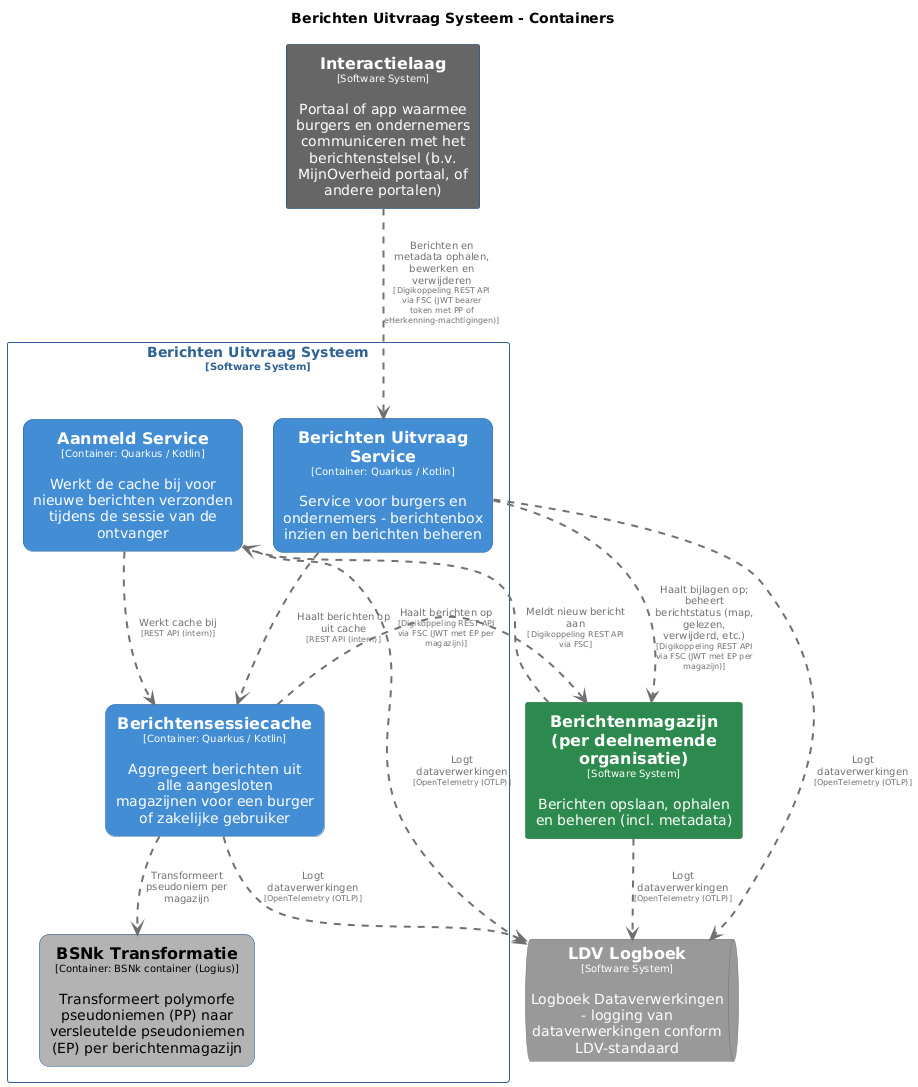
This is pr-preview/pr-22/master/png/BerichtenUitvraagSysteemContainers.png from MinBZK/moza-poc-fbs-berichtenbox, a PlantUML export, as it was before one commit.
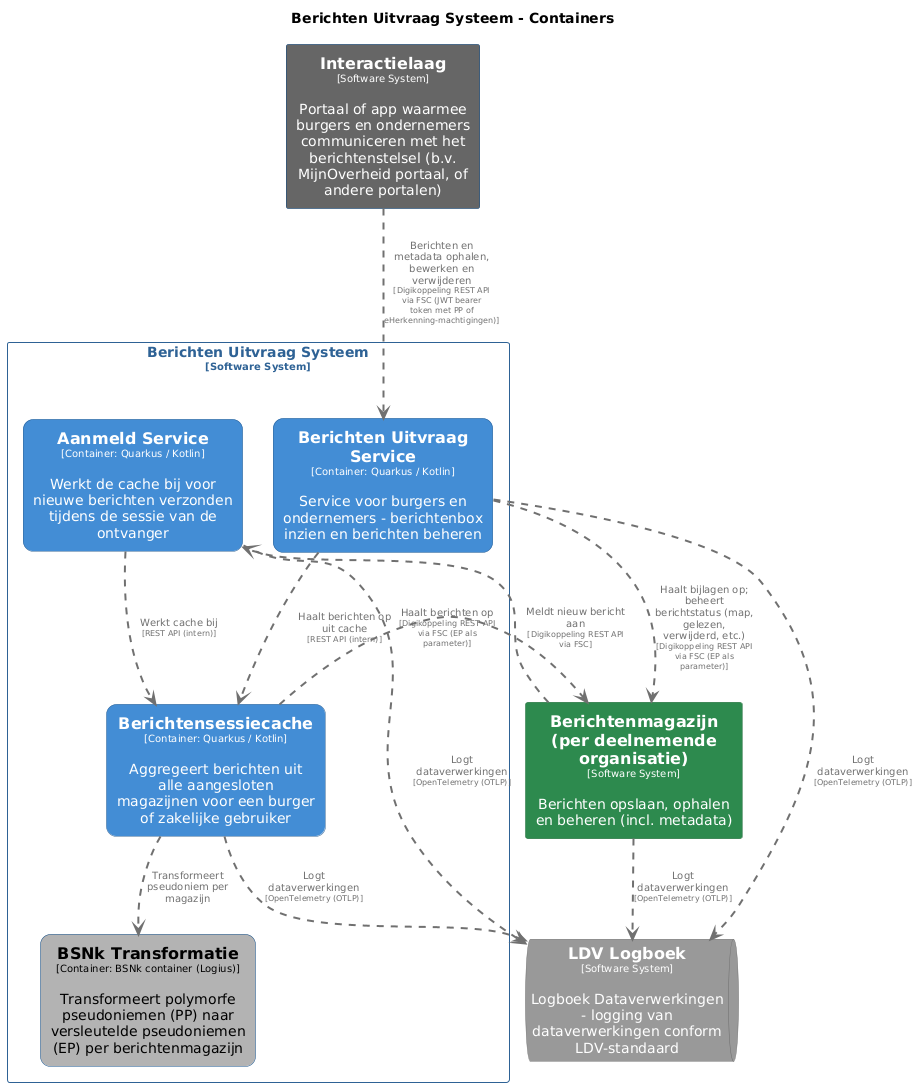
The same file after the commit.

The edit, as a diff of the source:
```diff
@@ -78,7 +78,7 @@
   rectangle "==Aanmeld Service\n<size:10>[Container: Quarkus / Kotlin]</size>\n\nWerkt de cache bij voor nieuwe berichten verzonden tijdens de sessie van de ontvanger" <<BerichtenUitvraagSysteem.AanmeldService>> as BerichtenUitvraagSysteem.AanmeldService
 }
 
-BerichtenUitvraagSysteem.Berichtensessiecache .[#707070,thickness=2].> Berichtenmagazijnperdeelnemendeorganisatie : "<color:#707070>Haalt berichten op\n<color:#707070><size:8>[Digikoppeling REST API via FSC (JWT met EP per magazijn)]</size>"
+BerichtenUitvraagSysteem.Berichtensessiecache .[#707070,thickness=2].> Berichtenmagazijnperdeelnemendeorganisatie : "<color:#707070>Haalt berichten op\n<color:#707070><size:8>[Digikoppeling REST API via FSC (EP als parameter)]</size>"
 Berichtenmagazijnperdeelnemendeorganisatie .[#707070,thickness=2].> LDVLogboek : "<color:#707070>Logt dataverwerkingen\n<color:#707070><size:8>[OpenTelemetry (OTLP)]</size>"
 BerichtenUitvraagSysteem.Berichtensessiecache .[#707070,thickness=2].> LDVLogboek : "<color:#707070>Logt dataverwerkingen\n<color:#707070><size:8>[OpenTelemetry (OTLP)]</size>"
 BerichtenUitvraagSysteem.BerichtenUitvraagService .[#707070,thickness=2].> LDVLogboek : "<color:#707070>Logt dataverwerkingen\n<color:#707070><size:8>[OpenTelemetry (OTLP)]</size>"
@@ -87,6 +87,6 @@
 BerichtenUitvraagSysteem.AanmeldService .[#707070,thickness=2].> BerichtenUitvraagSysteem.Berichtensessiecache : "<color:#707070>Werkt cache bij\n<color:#707070><size:8>[REST API (intern)]</size>"
 BerichtenUitvraagSysteem.BerichtenUitvraagService .[#707070,thickness=2].> BerichtenUitvraagSysteem.Berichtensessiecache : "<color:#707070>Haalt berichten op uit cache\n<color:#707070><size:8>[REST API (intern)]</size>"
 Interactielaag .[#707070,thickness=2].> BerichtenUitvraagSysteem.BerichtenUitvraagService : "<color:#707070>Berichten en metadata ophalen, bewerken en verwijderen\n<color:#707070><size:8>[Digikoppeling REST API via FSC (JWT bearer token met PP of eHerkenning-machtigingen)]</size>"
-BerichtenUitvraagSysteem.BerichtenUitvraagService .[#707070,thickness=2].> Berichtenmagazijnperdeelnemendeorganisatie : "<color:#707070>Haalt bijlagen op; beheert berichtstatus (map, gelezen, verwijderd, etc.)\n<color:#707070><size:8>[Digikoppeling REST API via FSC (JWT met EP per magazijn)]</size>"
+BerichtenUitvraagSysteem.BerichtenUitvraagService .[#707070,thickness=2].> Berichtenmagazijnperdeelnemendeorganisatie : "<color:#707070>Haalt bijlagen op; beheert berichtstatus (map, gelezen, verwijderd, etc.)\n<color:#707070><size:8>[Digikoppeling REST API via FSC (EP als parameter)]</size>"
 Berichtenmagazijnperdeelnemendeorganisatie .[#707070,thickness=2].> BerichtenUitvraagSysteem.AanmeldService : "<color:#707070>Meldt nieuw bericht aan\n<color:#707070><size:8>[Digikoppeling REST API via FSC]</size>"
 @enduml
```
